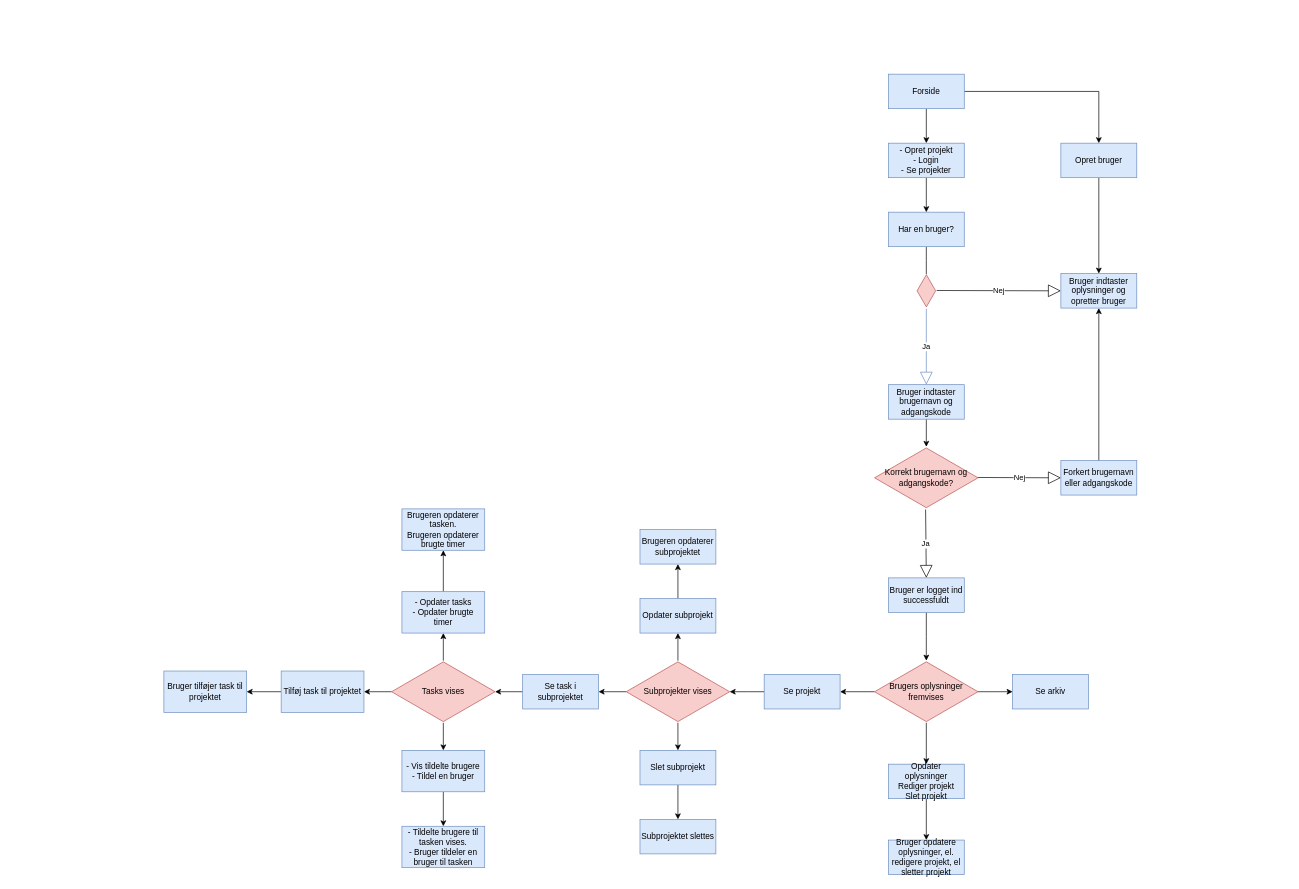
Earlier version of the draw.io diagram Untitled Diagram.drawio (SarahKiil/AlphaSolutionsEksamen). Source tidied: cells renumbered, new cells numbered last; positions are measured from the earlier drawing's top-left corner, leaving out a move shared by most shapes. Both pictures are drawn from the tidied source at 69%, with x=0, y=0 at pixel (164, 74).
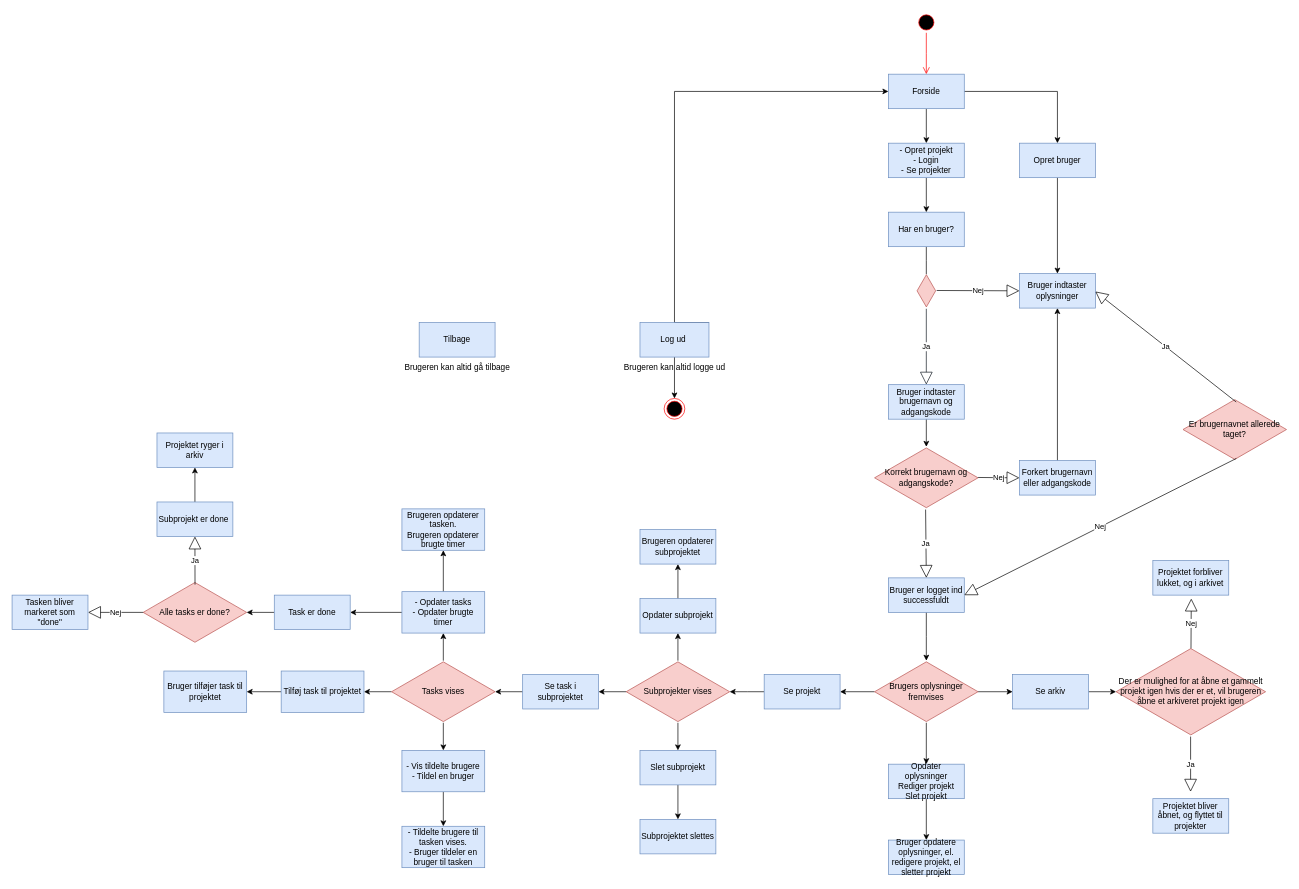
The same page after the edit.

Unchanged cells that the change refers to:
```xml
<mxCell id="5" value="Bruger indtaster brugernavn og adgangskode" style="html=1;whiteSpace=wrap;fillColor=#dae8fc;strokeColor=#6c8ebf;" parent="1" vertex="1">
  <mxGeometry x="1050" y="450" width="110" height="50" as="geometry" />
</mxCell>
<mxCell id="15" value="Bruger er logget ind successfuldt" style="html=1;whiteSpace=wrap;fillColor=#dae8fc;strokeColor=#6c8ebf;" parent="1" vertex="1">
  <mxGeometry x="1050" y="730" width="110" height="50" as="geometry" />
</mxCell>
<mxCell id="19" value="Forside" style="html=1;whiteSpace=wrap;fillColor=#dae8fc;strokeColor=#6c8ebf;" parent="1" vertex="1">
  <mxGeometry x="1050" width="110" height="50" as="geometry" />
</mxCell>
<mxCell id="32" value="Se arkiv" style="html=1;whiteSpace=wrap;fillColor=#dae8fc;strokeColor=#6c8ebf;" parent="1" vertex="1">
  <mxGeometry x="1230" y="870" width="110" height="50" as="geometry" />
</mxCell>
<mxCell id="51" value="- Opdater tasks&lt;div&gt;- Opdater brugte timer&lt;/div&gt;" style="rounded=0;whiteSpace=wrap;html=1;fillColor=#dae8fc;strokeColor=#6c8ebf;" parent="1" vertex="1">
  <mxGeometry x="345" y="750" width="120" height="60" as="geometry" />
</mxCell>
```

Change to the diagram source:
```diff
@@
     <mxCell id="7" value="Forkert brugernavn eller adgangskode" style="html=1;whiteSpace=wrap;fillColor=#dae8fc;strokeColor=#6c8ebf;" parent="1" vertex="1">
-      <mxGeometry x="1300" y="560" width="110" height="50" as="geometry" />
+      <mxGeometry x="1240" y="560" width="110" height="50" as="geometry" />
     </mxCell>
@@
-    <mxCell id="9" value="Bruger indtaster oplysninger og opretter bruger" style="html=1;whiteSpace=wrap;fillColor=#dae8fc;strokeColor=#6c8ebf;" parent="1" vertex="1">
-      <mxGeometry x="1300" y="289" width="110" height="50" as="geometry" />
+    <mxCell id="9" value="Bruger indtaster oplysninger" style="html=1;whiteSpace=wrap;fillColor=#dae8fc;strokeColor=#6c8ebf;" parent="1" vertex="1">
+      <mxGeometry x="1240" y="289" width="110" height="50" as="geometry" />
     </mxCell>
-    <mxCell id="10" value="Ja" style="endArrow=block;endSize=16;endFill=0;html=1;rounded=0;entryX=0.5;entryY=0;entryDx=0;entryDy=0;fillColor=#dae8fc;strokeColor=#6c8ebf;" parent="1" edge="1" target="5">
+    <mxCell id="10" value="Ja" style="endArrow=block;endSize=16;endFill=0;html=1;rounded=0;entryX=0.5;entryY=0;entryDx=0;entryDy=0;fillColor=#dae8fc;strokeColor=#141B24;" parent="1" edge="1" target="5">
       <mxGeometry relative="1" as="geometry">
         <mxPoint x="1105" y="340" as="sourcePoint" />
       </mxGeometry>
     </mxCell>
@@
     <mxCell id="23" value="Opret bruger" style="html=1;whiteSpace=wrap;fillColor=#dae8fc;strokeColor=#6c8ebf;" parent="1" vertex="1">
-      <mxGeometry x="1300" y="100" width="110" height="50" as="geometry" />
+      <mxGeometry x="1240" y="100" width="110" height="50" as="geometry" />
     </mxCell>
@@
+    <mxCell id="59" style="edgeStyle=orthogonalEdgeStyle;rounded=0;jettySize=auto;html=1;" parent="1" edge="1" source="32" target="81">
+      <mxGeometry relative="1" as="geometry" />
+    </mxCell>
@@
+    <mxCell id="60" style="edgeStyle=orthogonalEdgeStyle;rounded=0;jettySize=auto;html=1;" parent="1" edge="1" source="51" target="74">
+      <mxGeometry relative="1" as="geometry" />
+    </mxCell>
@@
+    <mxCell id="61" style="ellipse;html=1;shape=startState;fillColor=#000000;strokeColor=#ff0000;" parent="1" vertex="1">
+      <mxGeometry x="1090" y="-90" width="30" height="30" as="geometry" />
+    </mxCell>
+    <mxCell id="62" style="edgeStyle=orthogonalEdgeStyle;html=1;verticalAlign=bottom;endArrow=open;endSize=8;strokeColor=#ff0000;rounded=0;" parent="1" edge="1" source="61">
+      <mxGeometry relative="1" as="geometry">
+        <mxPoint x="1105" as="targetPoint" />
+      </mxGeometry>
+    </mxCell>
+    <mxCell id="63" style="edgeStyle=orthogonalEdgeStyle;rounded=0;jettySize=auto;html=1;exitX=1;exitY=0;exitDx=0;exitDy=0;entryX=0;entryY=0.5;entryDx=0;entryDy=0;" parent="1" edge="1" source="65" target="19">
+      <mxGeometry relative="1" as="geometry">
+        <Array as="points">
+          <mxPoint x="740" y="360" />
+          <mxPoint x="740" y="25" />
+        </Array>
+      </mxGeometry>
+    </mxCell>
+    <mxCell id="64" style="edgeStyle=orthogonalEdgeStyle;rounded=0;jettySize=auto;html=1;exitX=0.5;exitY=1;exitDx=0;exitDy=0;entryX=0.5;entryY=0;entryDx=0;entryDy=0;" parent="1" edge="1" source="65" target="70">
+      <mxGeometry relative="1" as="geometry" />
+    </mxCell>
+    <mxCell id="65" value="Log ud&amp;nbsp;" style="html=1;whiteSpace=wrap;fillColor=#dae8fc;strokeColor=#6c8ebf;" parent="1" vertex="1">
+      <mxGeometry x="690" y="360" width="100" height="50" as="geometry" />
+    </mxCell>
+    <mxCell id="66" value="Er brugernavnet allerede taget?" style="html=1;whiteSpace=wrap;shape=isoRectangle;fillColor=#f8cecc;strokeColor=#b85450;" parent="1" vertex="1">
+      <mxGeometry x="1477" y="470" width="150" height="90" as="geometry" />
+    </mxCell>
+    <mxCell id="67" value="Ja" style="endArrow=block;endSize=16;endFill=0;html=1;rounded=0;entryX=1;entryY=0.5;entryDx=0;entryDy=0;exitX=0.514;exitY=0.057;exitDx=0;exitDy=0;exitPerimeter=0;" parent="1" edge="1" source="66">
+      <mxGeometry relative="1" as="geometry">
+        <mxPoint x="1350" y="315" as="targetPoint" />
+      </mxGeometry>
+    </mxCell>
+    <mxCell id="68" value="Nej" style="endArrow=block;endSize=16;endFill=0;html=1;rounded=0;entryX=1;entryY=0.5;entryDx=0;entryDy=0;exitX=0.515;exitY=0.966;exitDx=0;exitDy=0;exitPerimeter=0;" parent="1" edge="1" source="66" target="15">
+      <mxGeometry relative="1" as="geometry" />
+    </mxCell>
+    <mxCell id="69" value="Brugeren kan altid logge ud" style="text;html=1;align=center;verticalAlign=middle;strokeColor=none;fillColor=none;" parent="1" vertex="1">
+      <mxGeometry x="655" y="410" width="170" height="30" as="geometry" />
+    </mxCell>
+    <mxCell id="70" style="ellipse;html=1;shape=endState;fillColor=#000000;strokeColor=#ff0000;" parent="1" vertex="1">
+      <mxGeometry x="725" y="470" width="30" height="30" as="geometry" />
+    </mxCell>
+    <mxCell id="71" value="Tilbage" style="html=1;whiteSpace=wrap;fillColor=#dae8fc;strokeColor=#6c8ebf;" parent="1" vertex="1">
+      <mxGeometry x="370" y="360" width="110" height="50" as="geometry" />
+    </mxCell>
+    <mxCell id="72" value="Brugeren kan altid gå tilbage" style="text;html=1;align=center;verticalAlign=middle;strokeColor=none;fillColor=none;" parent="1" vertex="1">
+      <mxGeometry x="335" y="410" width="180" height="30" as="geometry" />
+    </mxCell>
+    <mxCell id="73" style="edgeStyle=orthogonalEdgeStyle;rounded=0;jettySize=auto;html=1;" parent="1" edge="1" source="74" target="75">
+      <mxGeometry relative="1" as="geometry" />
+    </mxCell>
+    <mxCell id="74" value="Task er done" style="html=1;whiteSpace=wrap;fillColor=#dae8fc;strokeColor=#6c8ebf;" parent="1" vertex="1">
+      <mxGeometry x="160" y="755" width="110" height="50" as="geometry" />
+    </mxCell>
+    <mxCell id="75" value="Alle tasks er done?" style="html=1;whiteSpace=wrap;shape=isoRectangle;fillColor=#f8cecc;strokeColor=#b85450;" parent="1" vertex="1">
+      <mxGeometry x="-30" y="735" width="150" height="90" as="geometry" />
+    </mxCell>
+    <mxCell id="76" style="edgeStyle=orthogonalEdgeStyle;rounded=0;jettySize=auto;html=1;" parent="1" edge="1" source="77" target="86">
+      <mxGeometry relative="1" as="geometry" />
+    </mxCell>
+    <mxCell id="77" value="Subprojekt er done&amp;nbsp;" style="html=1;whiteSpace=wrap;fillColor=#dae8fc;strokeColor=#6c8ebf;" parent="1" vertex="1">
+      <mxGeometry x="-10" y="620" width="110" height="50" as="geometry" />
+    </mxCell>
+    <mxCell id="78" value="Ja" style="endArrow=block;endSize=16;endFill=0;html=1;rounded=0;entryX=0.5;entryY=1;entryDx=0;entryDy=0;exitX=0.501;exitY=0.053;exitDx=0;exitDy=0;exitPerimeter=0;" parent="1" edge="1" source="75" target="77">
+      <mxGeometry relative="1" as="geometry" />
+    </mxCell>
+    <mxCell id="79" value="Nej" style="endArrow=block;endSize=16;endFill=0;html=1;rounded=0;" parent="1" edge="1">
+      <mxGeometry relative="1" as="geometry">
+        <mxPoint x="-30" y="780" as="sourcePoint" />
+        <mxPoint x="-109.9" y="780" as="targetPoint" />
+      </mxGeometry>
+    </mxCell>
+    <mxCell id="80" value="Tasken bliver markeret som &quot;done&quot;" style="html=1;whiteSpace=wrap;fillColor=#dae8fc;strokeColor=#6c8ebf;" parent="1" vertex="1">
+      <mxGeometry x="-220" y="755" width="110" height="50" as="geometry" />
+    </mxCell>
+    <mxCell id="81" value="Der er mulighed for at åbne et gammelt projekt igen hvis der er et, vil brugeren åbne et arkiveret projekt igen" style="html=1;whiteSpace=wrap;shape=isoRectangle;fillColor=#f8cecc;strokeColor=#b85450;" parent="1" vertex="1">
+      <mxGeometry x="1380" y="830" width="216.7" height="130" as="geometry" />
+    </mxCell>
+    <mxCell id="82" value="Nej" style="endArrow=block;endSize=16;endFill=0;html=1;rounded=0;exitX=0.501;exitY=0.017;exitDx=0;exitDy=0;exitPerimeter=0;" parent="1" edge="1" source="81">
+      <mxGeometry relative="1" as="geometry">
+        <mxPoint x="1489" y="760" as="targetPoint" />
+      </mxGeometry>
+    </mxCell>
+    <mxCell id="83" value="Ja" style="endArrow=block;endSize=16;endFill=0;html=1;rounded=0;" parent="1" edge="1">
+      <mxGeometry relative="1" as="geometry">
+        <mxPoint x="1488" y="960" as="sourcePoint" />
+        <mxPoint x="1488" y="1040" as="targetPoint" />
+      </mxGeometry>
+    </mxCell>
+    <mxCell id="84" value="Projektet bliver åbnet, og flyttet til projekter" style="html=1;whiteSpace=wrap;fillColor=#dae8fc;strokeColor=#6c8ebf;" parent="1" vertex="1">
+      <mxGeometry x="1433.3" y="1050" width="110" height="50" as="geometry" />
+    </mxCell>
+    <mxCell id="85" value="Projektet forbliver lukket, og i arkivet" style="html=1;whiteSpace=wrap;fillColor=#dae8fc;strokeColor=#6c8ebf;" parent="1" vertex="1">
+      <mxGeometry x="1433.3" y="705" width="110" height="50" as="geometry" />
+    </mxCell>
+    <mxCell id="86" value="Projektet ryger i arkiv" style="html=1;whiteSpace=wrap;fillColor=#dae8fc;strokeColor=#6c8ebf;" parent="1" vertex="1">
+      <mxGeometry x="-10" y="520" width="110" height="50" as="geometry" />
+    </mxCell>
```
